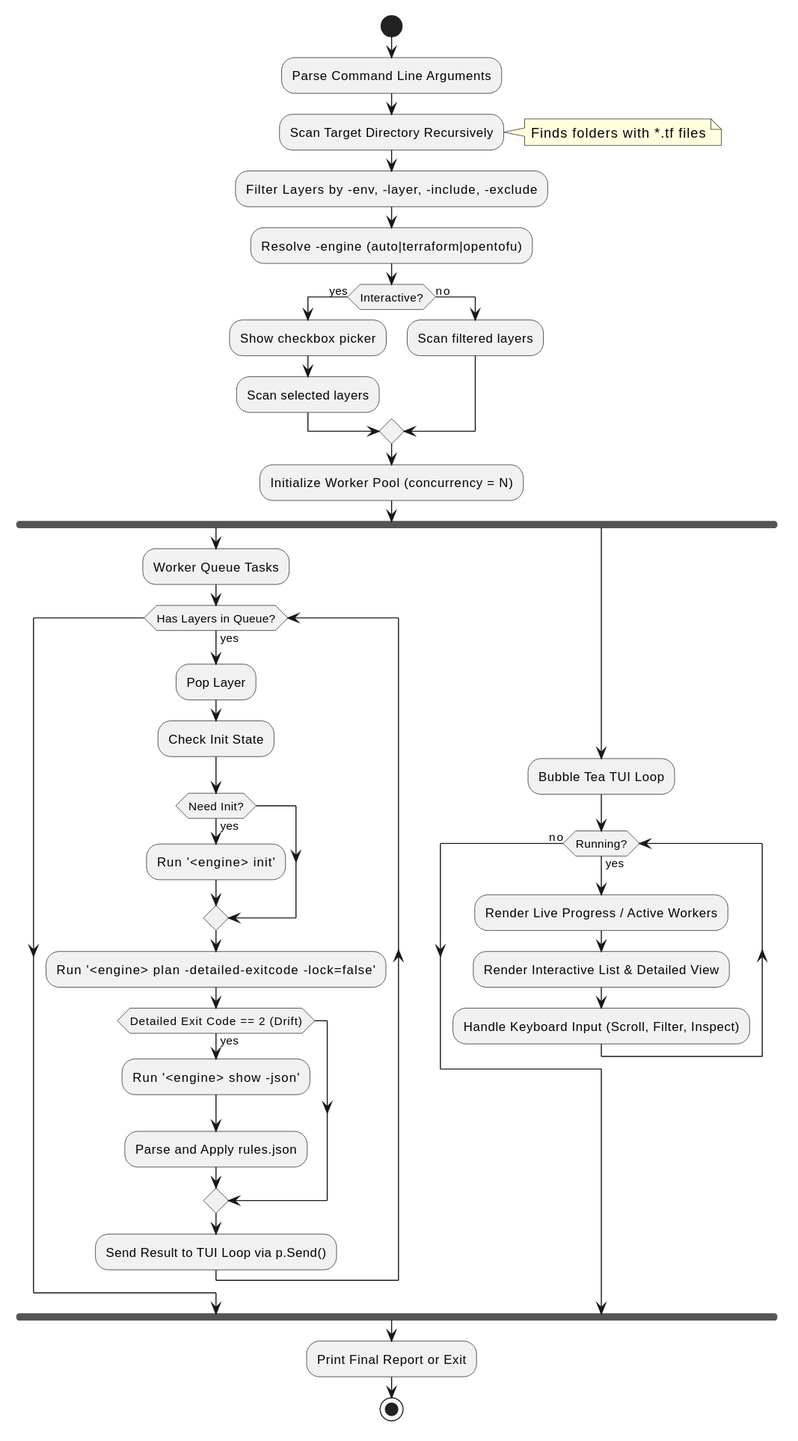
Above: docs/specs/diagrams/019c0a6b28007abc/workflow.svg in brunobrise/tf-drift (PlantUML), before the change.
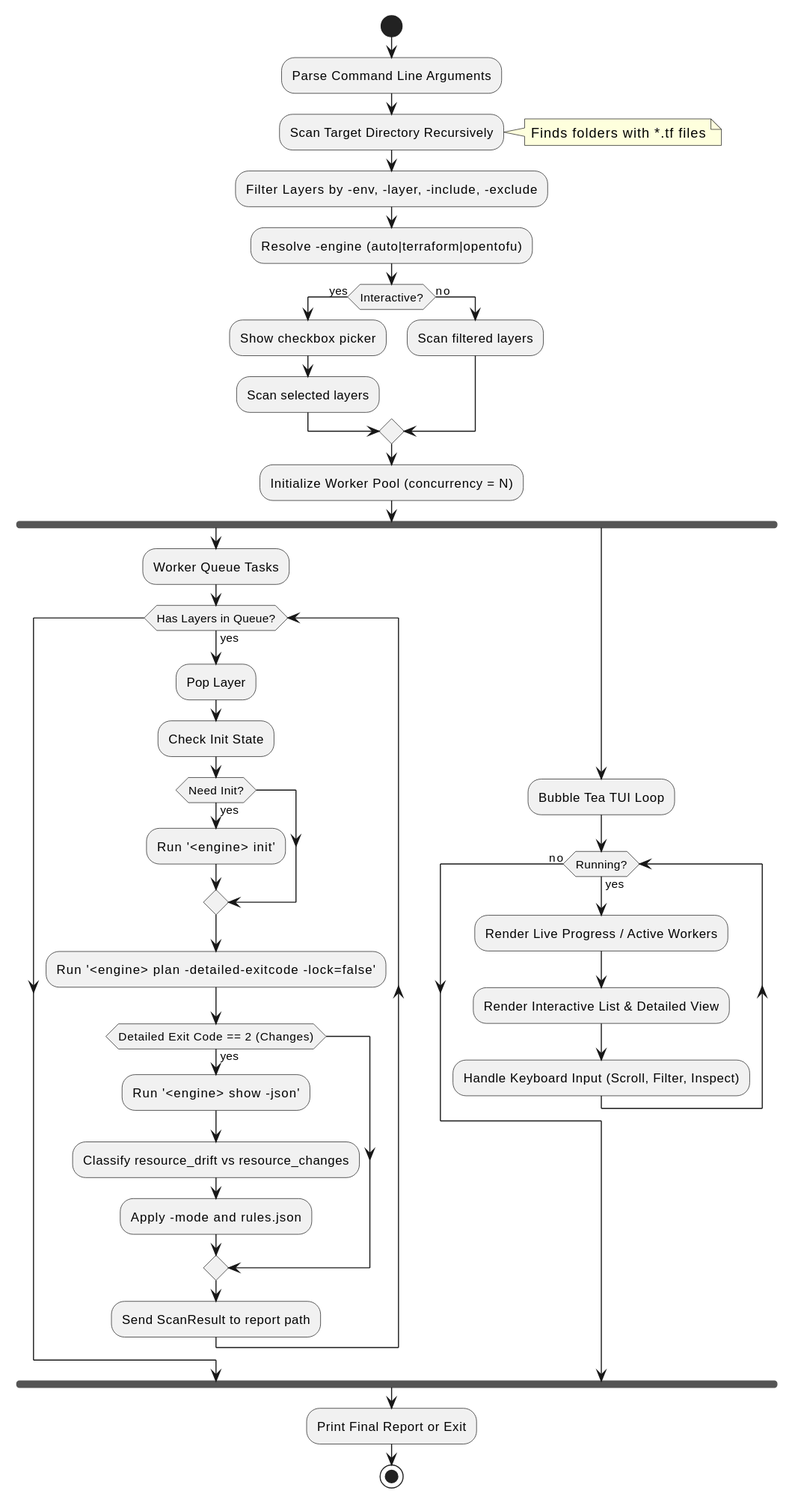
Later version of the same file.

Diff of the diagram source:
```diff
@@ -24,11 +24,12 @@
       :Run '<engine> init';
     endif
     :Run '<engine> plan -detailed-exitcode -lock=false';
-    if (Detailed Exit Code == 2 (Drift)) then (yes)
+    if (Detailed Exit Code == 2 (Changes)) then (yes)
       :Run '<engine> show -json';
-      :Parse and Apply rules.json;
+      :Classify resource_drift vs resource_changes;
+      :Apply -mode and rules.json;
     endif
-    :Send Result to TUI Loop via p.Send();
+    :Send ScanResult to report path;
   endwhile
 fork again
   :Bubble Tea TUI Loop;
```
